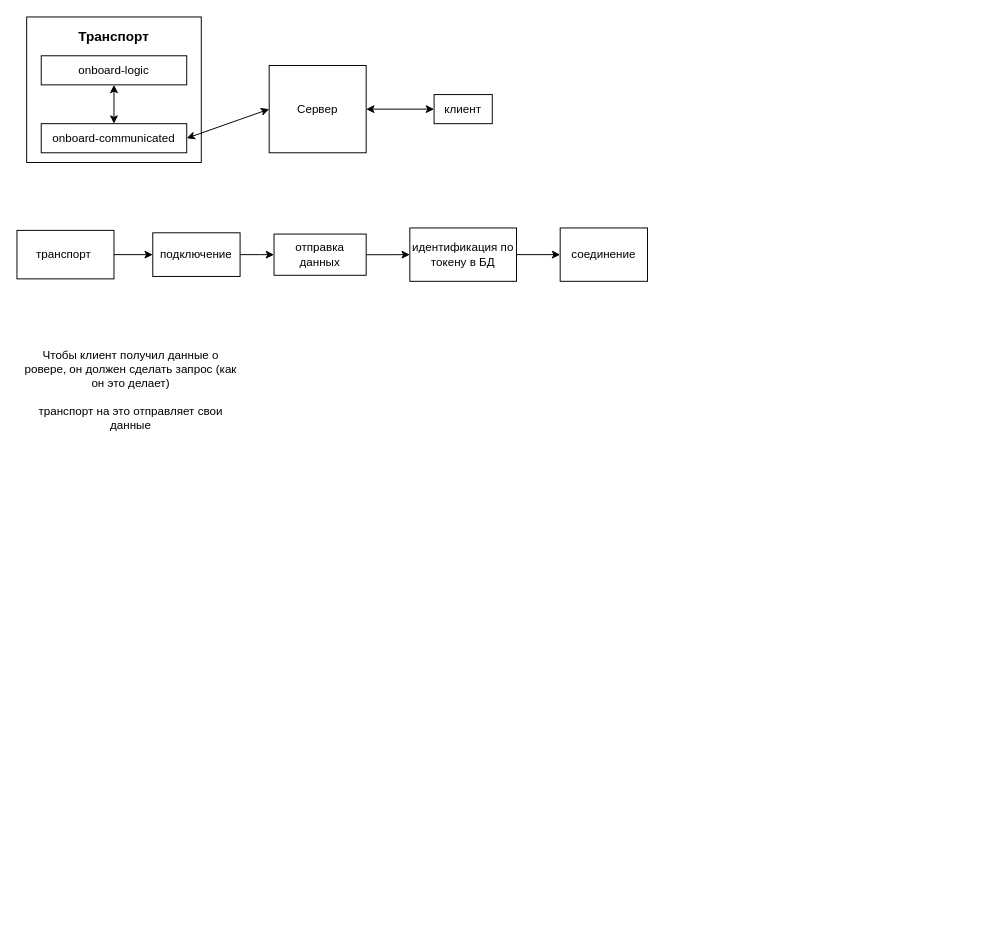
Before: ТРанспорт, телеметрия.drawio in GrigoryGriko/astro_checklist, a draw.io diagram. Source tidied: cells renumbered, new cells numbered last; positions are measured from the earlier drawing's top-left corner, leaving out a move shared by most shapes. Both pictures are drawn from the tidied source at 97%, with x=0, y=0 at pixel (16, 16).
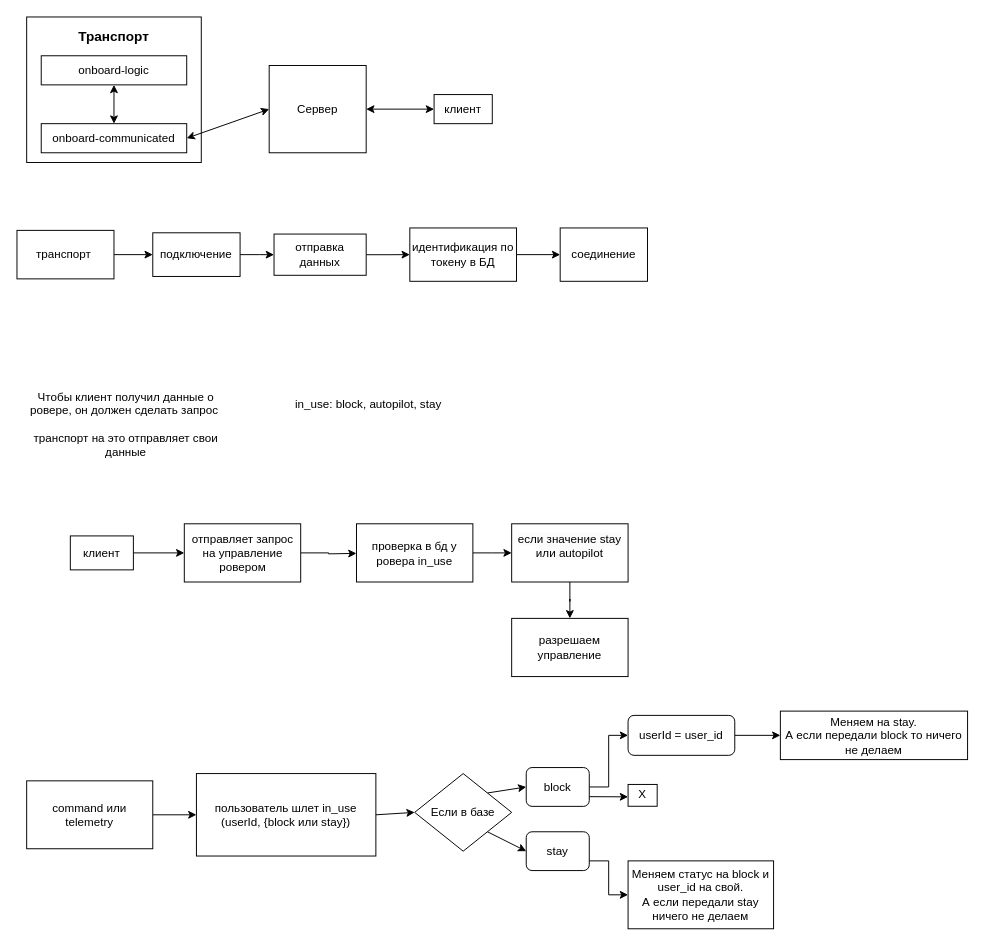
Above is the later version.

Diff of the diagram source:
```diff
@@
-    <mxCell id="20" value="Чтобы клиент получил данные о ровере, он должен сделать запрос (как он это делает)&lt;div&gt;&lt;br&gt;&lt;/div&gt;&lt;div&gt;транспорт на это отправляет свои данные&lt;/div&gt;" style="text;html=1;align=center;verticalAlign=middle;whiteSpace=wrap;rounded=0;" parent="1" vertex="1">
-      <mxGeometry x="5" y="320" width="225" height="130" as="geometry" />
+    <mxCell id="20" value="Чтобы клиент получил данные о ровере, он должен сделать запрос&amp;nbsp;&lt;div&gt;&lt;br&gt;&lt;/div&gt;&lt;div&gt;транспорт на это отправляет свои данные&lt;/div&gt;" style="text;html=1;align=center;verticalAlign=middle;whiteSpace=wrap;rounded=0;" parent="1" vertex="1">
+      <mxGeometry y="370" width="225" height="100" as="geometry" />
     </mxCell>
+    <mxCell id="21" value="in_use: block, autopilot, stay" style="text;html=1;align=center;verticalAlign=middle;whiteSpace=wrap;rounded=0;" parent="1" vertex="1">
+      <mxGeometry x="240" y="380" width="245" height="40" as="geometry" />
+    </mxCell>
+    <mxCell id="22" style="edgeStyle=orthogonalEdgeStyle;rounded=0;jettySize=auto;html=1;" parent="1" edge="1" source="23" target="25">
+      <mxGeometry relative="1" as="geometry" />
+    </mxCell>
+    <mxCell id="23" value="клиент" style="rounded=0;whiteSpace=wrap;html=1;" parent="1" vertex="1">
+      <mxGeometry x="55" y="535" width="65" height="35" as="geometry" />
+    </mxCell>
+    <mxCell id="24" style="edgeStyle=orthogonalEdgeStyle;rounded=0;jettySize=auto;html=1;" parent="1" edge="1" source="25">
+      <mxGeometry relative="1" as="geometry">
+        <mxPoint x="350" y="553" as="targetPoint" />
+      </mxGeometry>
+    </mxCell>
+    <mxCell id="25" value="отправляет запрос на управление ровером" style="whiteSpace=wrap;html=1;rounded=0;" parent="1" vertex="1">
+      <mxGeometry x="172.5" y="522.5" width="120" height="60" as="geometry" />
+    </mxCell>
+    <mxCell id="26" style="edgeStyle=orthogonalEdgeStyle;rounded=0;jettySize=auto;html=1;" parent="1" edge="1" source="27">
+      <mxGeometry relative="1" as="geometry">
+        <mxPoint x="510" y="552.5" as="targetPoint" />
+      </mxGeometry>
+    </mxCell>
+    <mxCell id="27" value="проверка в бд у ровера in_use" style="whiteSpace=wrap;html=1;rounded=0;" parent="1" vertex="1">
+      <mxGeometry x="350" y="522.5" width="120" height="60" as="geometry" />
+    </mxCell>
+    <mxCell id="28" style="edgeStyle=orthogonalEdgeStyle;rounded=0;jettySize=auto;html=1;" parent="1" edge="1" source="29" target="30">
+      <mxGeometry relative="1" as="geometry" />
+    </mxCell>
+    <mxCell id="29" value="&#10;&lt;span style=&quot;color: rgb(0, 0, 0); font-family: Helvetica; font-size: 12px; font-style: normal; font-variant-ligatures: normal; font-variant-caps: normal; font-weight: 400; letter-spacing: normal; orphans: 2; text-align: center; text-indent: 0px; text-transform: none; widows: 2; word-spacing: 0px; -webkit-text-stroke-width: 0px; white-space: normal; background-color: rgb(251, 251, 251); text-decoration-thickness: initial; text-decoration-style: initial; text-decoration-color: initial; display: inline !important; float: none;&quot;&gt;если значение stay или autopilot&lt;/span&gt;&#10;&#10;" style="rounded=0;whiteSpace=wrap;html=1;" parent="1" vertex="1">
+      <mxGeometry x="510" y="522.5" width="120" height="60" as="geometry" />
+    </mxCell>
+    <mxCell id="30" value="разрешаем управление" style="whiteSpace=wrap;html=1;rounded=0;" parent="1" vertex="1">
+      <mxGeometry x="510" y="620" width="120" height="60" as="geometry" />
+    </mxCell>
+    <mxCell id="31" style="edgeStyle=orthogonalEdgeStyle;rounded=0;jettySize=auto;html=1;" parent="1" edge="1" source="32" target="33">
+      <mxGeometry relative="1" as="geometry" />
+    </mxCell>
+    <mxCell id="32" value="command или telemetry" style="rounded=0;whiteSpace=wrap;html=1;" parent="1" vertex="1">
+      <mxGeometry x="10" y="787.5" width="130" height="70" as="geometry" />
+    </mxCell>
+    <mxCell id="33" value="пользователь шлет in_use (userId, {block или stay})" style="whiteSpace=wrap;html=1;rounded=0;" parent="1" vertex="1">
+      <mxGeometry x="185" y="780" width="185" height="85" as="geometry" />
+    </mxCell>
+    <mxCell id="34" value="stay" style="rounded=1;whiteSpace=wrap;html=1;" parent="1" vertex="1">
+      <mxGeometry x="525" y="840" width="65" height="40" as="geometry" />
+    </mxCell>
+    <mxCell id="35" style="edgeStyle=orthogonalEdgeStyle;rounded=0;jettySize=auto;html=1;entryX=0;entryY=0.5;entryDx=0;entryDy=0;" parent="1" edge="1" source="36" target="44">
+      <mxGeometry relative="1" as="geometry" />
+    </mxCell>
+    <mxCell id="36" value="block" style="rounded=1;whiteSpace=wrap;html=1;" parent="1" vertex="1">
+      <mxGeometry x="525" y="773.8" width="65" height="40" as="geometry" />
+    </mxCell>
+    <mxCell id="37" style="endArrow=classic;html=1;rounded=0;entryX=0;entryY=0.5;entryDx=0;entryDy=0;exitX=1;exitY=0;exitDx=0;exitDy=0;" parent="1" edge="1" source="41" target="36">
+      <mxGeometry relative="1" as="geometry" />
+    </mxCell>
+    <mxCell id="38" style="endArrow=classic;html=1;rounded=0;entryX=0;entryY=0.5;entryDx=0;entryDy=0;exitX=1;exitY=1;exitDx=0;exitDy=0;" parent="1" edge="1" source="41" target="34">
+      <mxGeometry relative="1" as="geometry" />
+    </mxCell>
+    <mxCell id="39" value="Меняем статус на block и user_id на свой.&lt;div&gt;А если передали stay ничего не делаем&lt;/div&gt;" style="rounded=0;whiteSpace=wrap;html=1;" parent="1" vertex="1">
+      <mxGeometry x="630" y="870" width="150" height="70" as="geometry" />
+    </mxCell>
+    <mxCell id="40" style="edgeStyle=orthogonalEdgeStyle;rounded=0;jettySize=auto;html=1;entryX=0;entryY=0.5;entryDx=0;entryDy=0;exitX=1;exitY=0.75;exitDx=0;exitDy=0;" parent="1" edge="1" source="34" target="39">
+      <mxGeometry relative="1" as="geometry" />
+    </mxCell>
+    <mxCell id="41" value="Если в базе" style="rhombus;whiteSpace=wrap;html=1;" parent="1" vertex="1">
+      <mxGeometry x="410" y="780" width="100" height="80" as="geometry" />
+    </mxCell>
+    <mxCell id="42" style="endArrow=classic;html=1;rounded=0;exitX=1;exitY=0.5;exitDx=0;exitDy=0;entryX=0;entryY=0.5;entryDx=0;entryDy=0;" parent="1" edge="1" source="33" target="41">
+      <mxGeometry relative="1" as="geometry" />
+    </mxCell>
+    <mxCell id="43" style="edgeStyle=orthogonalEdgeStyle;rounded=0;jettySize=auto;html=1;" parent="1" edge="1" source="44" target="47">
+      <mxGeometry relative="1" as="geometry" />
+    </mxCell>
+    <mxCell id="44" value="userId = user_id" style="rounded=1;whiteSpace=wrap;html=1;" parent="1" vertex="1">
+      <mxGeometry x="630" y="720" width="110" height="41.2" as="geometry" />
+    </mxCell>
+    <mxCell id="45" style="endArrow=classic;html=1;rounded=0;exitX=1;exitY=0.75;exitDx=0;exitDy=0;" parent="1" edge="1" source="36">
+      <mxGeometry relative="1" as="geometry">
+        <mxPoint x="630" y="804" as="targetPoint" />
+      </mxGeometry>
+    </mxCell>
+    <mxCell id="46" value="X" style="rounded=0;whiteSpace=wrap;html=1;" parent="1" vertex="1">
+      <mxGeometry x="630" y="791.2" width="30" height="22.5" as="geometry" />
+    </mxCell>
+    <mxCell id="47" value="Меняем на stay.&lt;div&gt;А если передали block то ничего не делаем&lt;/div&gt;" style="rounded=0;whiteSpace=wrap;html=1;" parent="1" vertex="1">
+      <mxGeometry x="787" y="715.6" width="193" height="50" as="geometry" />
+    </mxCell>
```
